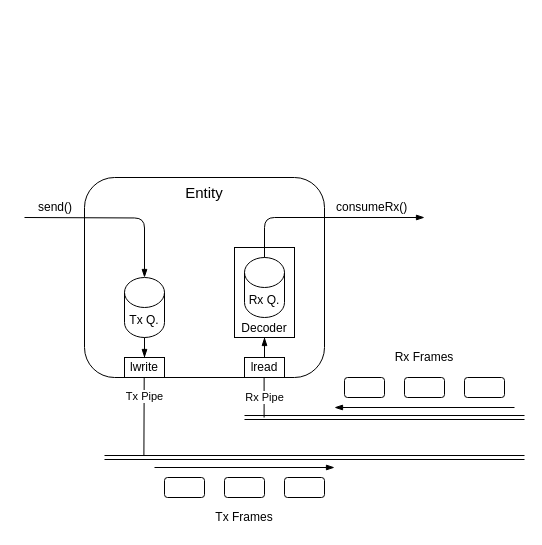
The draw.io diagram page "overview" (1 of 4) of docs/encoder.drawio in AR0EN/communication, before the edit. Source tidied: cells renumbered, new cells numbered last; positions are measured from the earlier drawing's top-left corner, leaving out a move shared by most shapes. Both pictures are drawn from the tidied source at 100%, with x=0, y=0 at pixel (24, 177).
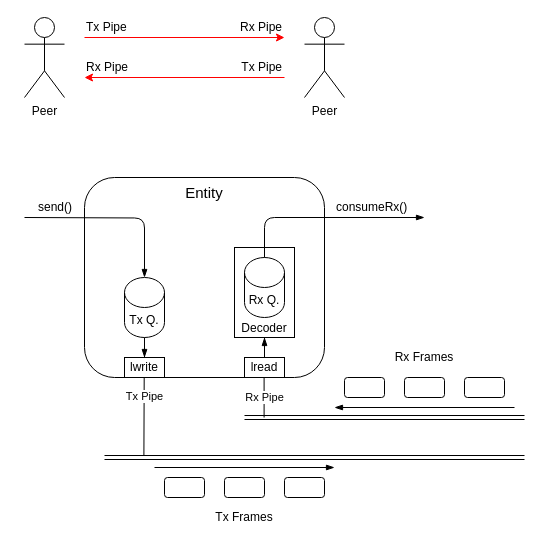
The same diagram, later.

The edit, as a diff of the source:
```diff
@@
+    <mxCell id="28" value="Peer" style="shape=umlActor;verticalLabelPosition=bottom;verticalAlign=top;html=1;" parent="1" vertex="1">
+      <mxGeometry x="280" y="-160" width="40" height="80" as="geometry" />
+    </mxCell>
+    <mxCell id="29" value="Peer" style="shape=umlActor;verticalLabelPosition=bottom;verticalAlign=top;html=1;" parent="1" vertex="1">
+      <mxGeometry y="-160" width="40" height="80" as="geometry" />
+    </mxCell>
+    <mxCell id="30" style="endArrow=classic;html=1;strokeColor=#FF0000;" parent="1" edge="1">
+      <mxGeometry relative="1" as="geometry">
+        <mxPoint x="60" y="-140" as="sourcePoint" />
+        <mxPoint x="260" y="-140" as="targetPoint" />
+      </mxGeometry>
+    </mxCell>
+    <mxCell id="31" style="endArrow=classic;html=1;strokeColor=#FF0000;" parent="1" edge="1">
+      <mxGeometry relative="1" as="geometry">
+        <mxPoint x="260" y="-100" as="sourcePoint" />
+        <mxPoint x="60" y="-100" as="targetPoint" />
+      </mxGeometry>
+    </mxCell>
+    <mxCell id="32" value="Tx Pipe" style="text;html=1;strokeColor=none;fillColor=none;align=left;verticalAlign=middle;whiteSpace=wrap;rounded=0;" parent="1" vertex="1">
+      <mxGeometry x="60" y="-160" width="60" height="20" as="geometry" />
+    </mxCell>
+    <mxCell id="33" value="Tx Pipe" style="text;html=1;strokeColor=none;fillColor=none;align=right;verticalAlign=middle;whiteSpace=wrap;rounded=0;" parent="1" vertex="1">
+      <mxGeometry x="200" y="-120" width="60" height="20" as="geometry" />
+    </mxCell>
+    <mxCell id="34" value="Rx Pipe" style="text;html=1;strokeColor=none;fillColor=none;align=left;verticalAlign=middle;whiteSpace=wrap;rounded=0;" parent="1" vertex="1">
+      <mxGeometry x="60" y="-120" width="60" height="20" as="geometry" />
+    </mxCell>
+    <mxCell id="35" value="Rx Pipe" style="text;html=1;strokeColor=none;fillColor=none;align=right;verticalAlign=middle;whiteSpace=wrap;rounded=0;" parent="1" vertex="1">
+      <mxGeometry x="200" y="-160" width="60" height="20" as="geometry" />
+    </mxCell>
```
